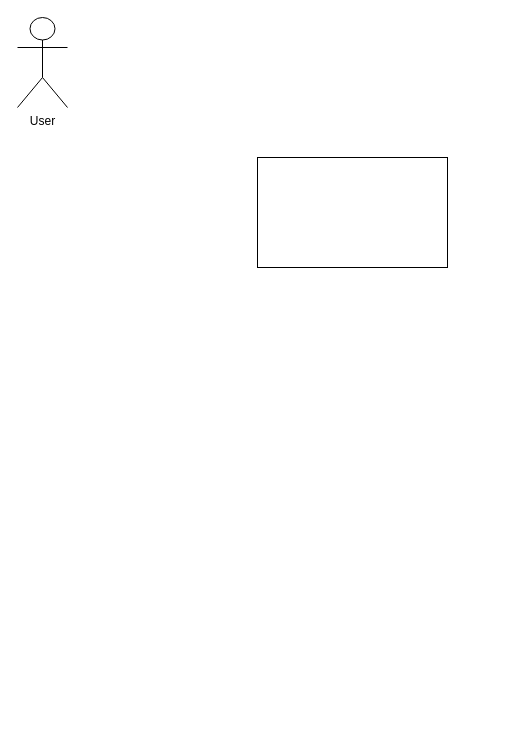
Above: Untitled Diagram.drawio in akhaylin/CS2212Team16 (draw.io), before the change. Source tidied: cells renumbered, new cells numbered last; positions are measured from the earlier drawing's top-left corner, leaving out a move shared by most shapes. Both pictures are drawn from the tidied source at 100%, with x=0, y=0 at pixel (17, 17).
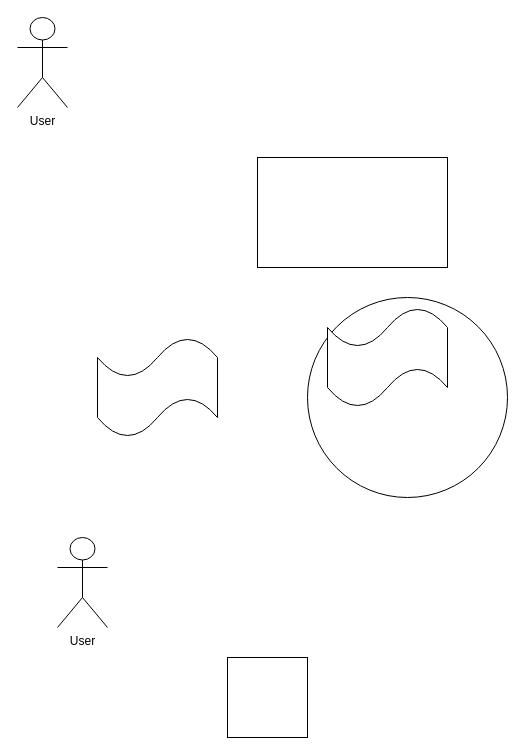
The same diagram, later.

What changed in the source:
```diff
@@
 <mxGraphModel>
   <root>
     <mxCell id="0" />
     <mxCell id="1" parent="0" />
     <mxCell id="2" value="User" style="shape=umlActor;verticalLabelPosition=bottom;verticalAlign=top;html=1;" parent="1" vertex="1">
       <mxGeometry width="50" height="90" as="geometry" />
     </mxCell>
     <mxCell id="3" style="rounded=0;whiteSpace=wrap;html=1;" parent="1" vertex="1">
       <mxGeometry x="240" y="140" width="190" height="110" as="geometry" />
     </mxCell>
+    <mxCell id="4" style="ellipse;whiteSpace=wrap;html=1;" parent="1" vertex="1">
+      <mxGeometry x="290" y="280" width="200" height="200" as="geometry" />
+    </mxCell>
+    <mxCell id="5" value="User" style="shape=umlActor;verticalLabelPosition=bottom;verticalAlign=top;html=1;" parent="1" vertex="1">
+      <mxGeometry x="40" y="520" width="50" height="90" as="geometry" />
+    </mxCell>
+    <mxCell id="6" style="whiteSpace=wrap;html=1;" parent="1" vertex="1">
+      <mxGeometry x="210" y="640" width="80" height="80" as="geometry" />
+    </mxCell>
+    <mxCell id="7" style="shape=tape;whiteSpace=wrap;html=1;" parent="1" vertex="1">
+      <mxGeometry x="310" y="290" width="120" height="100" as="geometry" />
+    </mxCell>
+    <mxCell id="8" style="shape=tape;whiteSpace=wrap;html=1;" parent="1" vertex="1">
+      <mxGeometry x="80" y="320" width="120" height="100" as="geometry" />
+    </mxCell>
   </root>
 </mxGraphModel>
```
